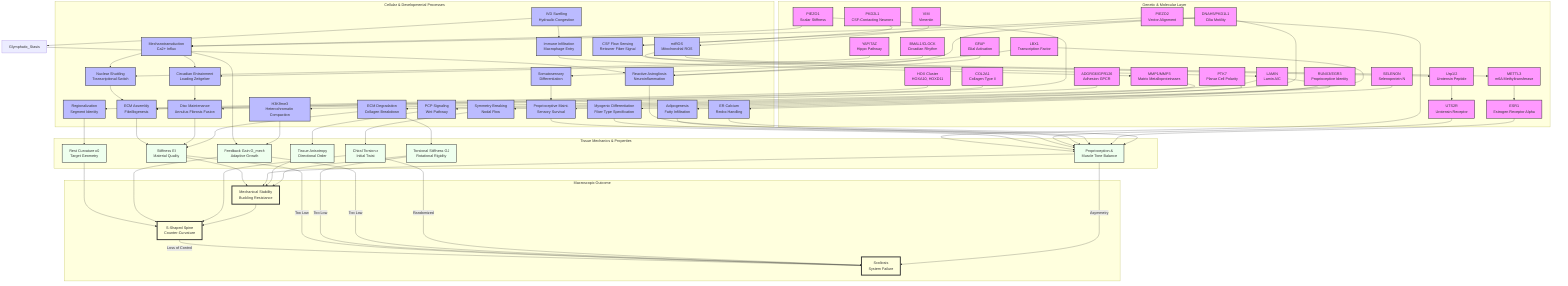
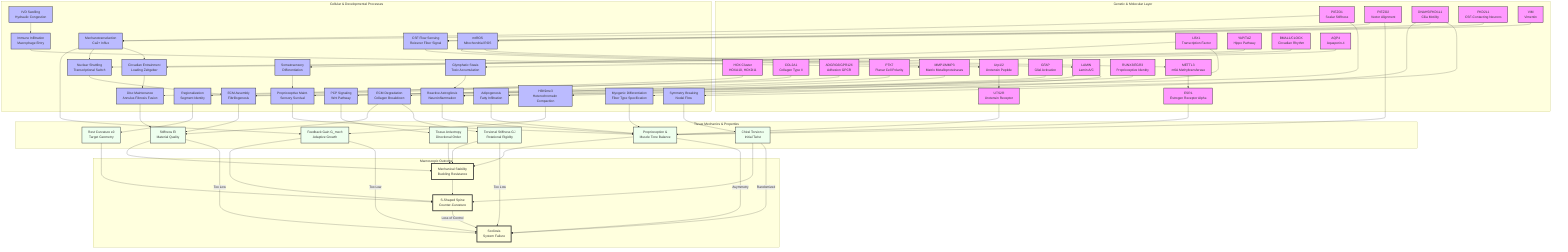
graph TD
    %% Subgraphs for Organization
    subgraph Genetics [Genetic & Molecular Layer]
        HOX[HOX Cluster<br/>HOXA10, HOXD11]
        COL[COL2A1<br/>Collagen Type II]
        PIEZO1[PIEZO1<br/>Scalar Stiffness]
        PIEZO2[PIEZO2<br/>Vector Alignment]
        CILIA[DNAH5/PKD1L1<br/>Cilia Motility]
        LBX1[LBX1<br/>Transcription Factor]
        ADGRG6[ADGRG6/GPR126<br/>Adhesion GPCR]
        PTK7[PTK7<br/>Planar Cell Polarity]
        YAP[YAP/TAZ<br/>Hippo Pathway]
        PKD2L1[PKD2L1<br/>CSF-Contacting Neurons]
        MMP[MMP1/MMP3<br/>Matrix Metalloproteinases]
        URP[Urp1/2<br/>Urotensin Peptide]
        UTS2R[UTS2R<br/>Urotensin Receptor]
        GFAP[GFAP<br/>Glial Activation]
        VIM[VIM<br/>Vimentin]
        LAMIN[LAMIN<br/>Lamin A/C]
        BMAL1[BMAL1/CLOCK<br/>Circadian Rhythm]
        RUNX3[RUNX3/EGR3<br/>Proprioceptive Identity]
        METTL3[METTL3<br/>m6A Methyltransferase]
        ESR1[ESR1<br/>Estrogen Receptor Alpha]
-         SELENON[SELENON<br/>Selenoprotein N]
+         AQP4[AQP4<br/>Aquaporin-4]
    end

    subgraph Processes [Cellular & Developmental Processes]
        Astrogliosis[Reactive Astrogliosis<br/>Neuroinflammation]
        Region[Regionalization<br/>Segment Identity]
        ECM_Assembly[ECM Assembly<br/>Fibrillogenesis]
        Nucl_Shuttle[Nuclear Shuttling<br/>Transcriptional Switch]
        Mech_Trans[Mechanotransduction<br/>Ca2+ Influx]
        Sym_Break[Symmetry Breaking<br/>Nodal Flow]
        CSF_Sensing[CSF Flow Sensing<br/>Reissner Fiber Signal]
        Neur_Diff[Somatosensory<br/>Differentiation]
        Muscle_Diff[Myogenic Differentiation<br/>Fiber Type Specification]
        Disc_Maint[Disc Maintenance<br/>Annulus Fibrosis Fusion]
        PCP_Sig[PCP Signaling<br/>Wnt Pathway]
        Degradation[ECM Degradation<br/>Collagen Breakdown]
        mtROS[mtROS<br/>Mitochondrial ROS]
        Adipogenesis[Adipogenesis<br/>Fatty Infiltration]
        Hydraulic_Congestion[IVD Swelling<br/>Hydraulic Congestion]
        Immune_Infilt[Immune Infiltration<br/>Macrophage Entry]
        Circadian_Entrain[Circadian Entrainment<br/>Loading Zeitgeber]
        Proprio_Maint[Proprioceptive Maint.<br/>Sensory Survival]
        H3K9me3[H3K9me3<br/>Heterochromatin Compaction]
-         ER_Ca[ER Calcium<br/>Redox Handling]
+         Glymphatic_Stasis[Glymphatic Stasis<br/>Toxic Accumulation]
    end

    subgraph Tissue [Tissue Mechanics & Properties]
        Rest_Kappa[Rest Curvature κ0<br/>Target Geometry]
        Stiffness[Stiffness EI<br/>Material Quality]
        Torsional_Stiffness[Torsional Stiffness GJ<br/>Rotational Rigidity]
        Gain[Feedback Gain G_mech<br/>Adaptive Growth]
        Torsion[Chiral Torsion ε<br/>Initial Twist]
        Muscle_Tone[Proprioception &<br/>Muscle Tone Balance]
        Anisotropy[Tissue Anisotropy<br/>Directional Order]
    end

    subgraph Outcome [Macroscopic Outcome]
        S_Curve[S-Shaped Spine<br/>Counter-Curvature]
        Stability[Mechanical Stability<br/>Buckling Resistance]
        Scoliosis[Scoliosis<br/>System Failure]
    end

    %% Connections
    HOX --> Region
    Region --> Rest_Kappa
    Rest_Kappa --> S_Curve

    COL --> ECM_Assembly
    ECM_Assembly --> Stiffness
    Stiffness --> Stability

    PIEZO1 --> Mech_Trans
    PIEZO2 --> Mech_Trans
    Mech_Trans --> Gain
    Gain --> S_Curve

    %% NEW ARC: Piezo Duality (Vector-Scalar Mismatch)
    PIEZO1 --> ECM_Assembly
    PIEZO2 --> Muscle_Tone

    CILIA --> Sym_Break
    Sym_Break --> Torsion
    Torsion --> S_Curve

    LBX1 --> Neur_Diff
    LBX1 --> Muscle_Diff
    Neur_Diff --> Proprio_Maint
    Proprio_Maint --> Muscle_Tone
    Muscle_Diff --> Muscle_Tone
    Muscle_Tone --> Stability

    %% NEW ARC: Proprioceptive Maintenance
    RUNX3 --> Proprio_Maint

    %% NEW ARC: ADGRG6
    ADGRG6 --> Disc_Maint
    Disc_Maint --> Stiffness

    %% NEW ARC: PTK7
    PTK7 --> PCP_Sig
    PCP_Sig --> Anisotropy
    Anisotropy --> Stability

    %% NEW ARC: YAP/TAZ
    YAP --> Nucl_Shuttle
    Nucl_Shuttle --> ECM_Assembly
    Mech_Trans --> Nucl_Shuttle

    %% NEW ARC: CSF/Reissner Fiber
    CILIA --> CSF_Sensing
    PKD2L1 --> CSF_Sensing
    CSF_Sensing --> URP
    URP --> UTS2R
    UTS2R --> Muscle_Tone

    %% NEW ARC: MMP Degradation
    MMP --> Degradation
    Degradation --> Stiffness

    %% NEW ARC: Neuro-Inflammatory Pathway
    CILIA --> Astrogliosis
    GFAP --> Astrogliosis
    Astrogliosis --> Muscle_Tone

    %% NEW ARC: Vimentin Metabolic Switch
    VIM --> mtROS
    mtROS --> LAMIN
    LAMIN --> Adipogenesis
    Adipogenesis --> Muscle_Tone

    %% NEW ARC: Inflamed Torsion
    Hydraulic_Congestion --> Immune_Infilt
    Immune_Infilt --> MMP
    Degradation --> Torsional_Stiffness
    Torsional_Stiffness --> Stability

    %% NEW ARC: Glymphatic Stasis
-     Hydraulic_Congestion --> Glymphatic_Stasis
+     AQP4 --> Glymphatic_Stasis
    Glymphatic_Stasis --> Astrogliosis

    %% Cross-Talk and Failures
    Stability --> S_Curve
    S_Curve -- "Loss of Control" --> Scoliosis
    Stiffness -- "Too Low" --> Scoliosis
    Torsional_Stiffness -- "Too Low" --> Scoliosis
    Gain -- "Too Low" --> Scoliosis
    Torsion -- "Randomized" --> Scoliosis
    Muscle_Tone -- "Asymmetry" --> Scoliosis

    %% Styling
    classDef gene fill:#f9f,stroke:#333,stroke-width:2px;
    classDef process fill:#bbf,stroke:#333,stroke-width:2px;
    classDef tissue fill:#efe,stroke:#333,stroke-width:2px;
    classDef outcome fill:#ffd,stroke:#333,stroke-width:4px;

    %% NEW ARC: Spinal Jetlag
    BMAL1 --> Circadian_Entrain
    Mech_Trans --> Circadian_Entrain
    Circadian_Entrain --> Disc_Maint

    %% NEW ARC: Epigenetic Asymmetry
    mtROS --> METTL3
    METTL3 --> ESR1
    ESR1 --> Muscle_Tone

    %% NEW ARC: Nuclear Stiffness (Scalar Senescence)
    LAMIN --> H3K9me3
    H3K9me3 --> Gain

-     %% NEW ARC: Rigid Spine Pathway
-     SELENON --> ER_Ca
-     ER_Ca --> Muscle_Tone
- 
-     class HOX,COL,PIEZO1,PIEZO2,CILIA,LBX1,ADGRG6,PTK7,YAP,PKD2L1,MMP,URP,UTS2R,GFAP,VIM,LAMIN,BMAL1,RUNX3,METTL3,ESR1,SELENON gene;
-     class Region,ECM_Assembly,Mech_Trans,Sym_Break,Neur_Diff,Muscle_Diff,Disc_Maint,PCP_Sig,Nucl_Shuttle,CSF_Sensing,Degradation,Astrogliosis,mtROS,Adipogenesis,Hydraulic_Congestion,Immune_Infilt,Circadian_Entrain,Proprio_Maint,H3K9me3,ER_Ca process;
+     class HOX,COL,PIEZO1,PIEZO2,CILIA,LBX1,ADGRG6,PTK7,YAP,PKD2L1,MMP,URP,UTS2R,GFAP,VIM,LAMIN,BMAL1,RUNX3,METTL3,ESR1,AQP4 gene;
+     class Region,ECM_Assembly,Mech_Trans,Sym_Break,Neur_Diff,Muscle_Diff,Disc_Maint,PCP_Sig,Nucl_Shuttle,CSF_Sensing,Degradation,Astrogliosis,mtROS,Adipogenesis,Hydraulic_Congestion,Immune_Infilt,Circadian_Entrain,Proprio_Maint,H3K9me3,Glymphatic_Stasis process;
    class Rest_Kappa,Stiffness,Torsional_Stiffness,Gain,Torsion,Muscle_Tone,Anisotropy tissue;
    class S_Curve,Stability,Scoliosis outcome;
